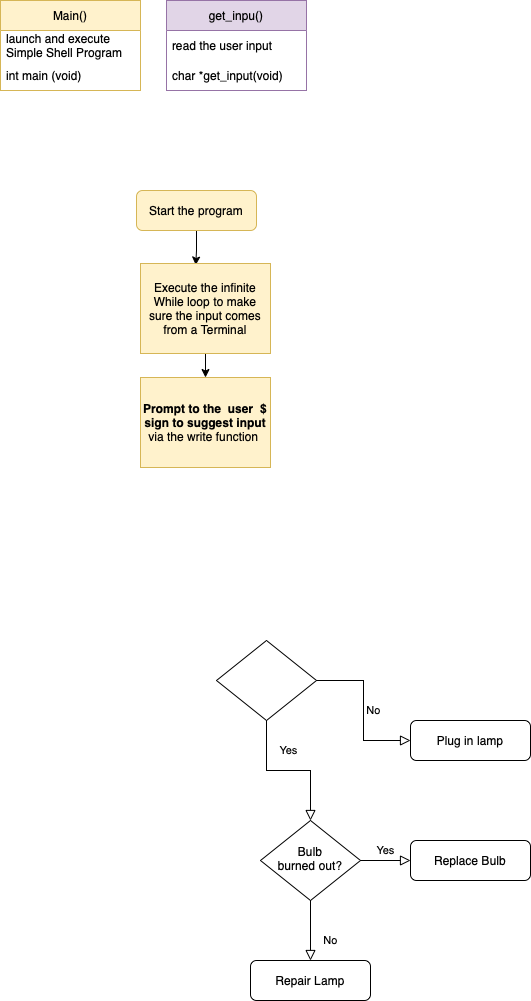
Earlier version of the draw.io export Simple_shell.drawio.png (RainInApril/holbertonschool-simple_shell). Source tidied: cells renumbered, new cells last; positions are measured from the earlier drawing's top-left corner, leaving out a move shared by most shapes. The source it was exported from:
```xml
<mxGraphModel>
  <root>
    <mxCell id="0" />
    <mxCell id="1" parent="0" />
    <mxCell id="2" style="edgeStyle=orthogonalEdgeStyle;rounded=0;jettySize=auto;html=1;entryX=0.425;entryY=0.017;entryDx=0;entryDy=0;entryPerimeter=0;" parent="1" edge="1" source="3" target="17">
      <mxGeometry relative="1" as="geometry" />
    </mxCell>
    <mxCell id="3" value="Start the program" style="rounded=1;whiteSpace=wrap;html=1;fontSize=12;glass=0;strokeWidth=1;shadow=0;fillColor=#fff2cc;strokeColor=#d6b656;" parent="1" vertex="1">
      <mxGeometry x="136" y="190" width="120" height="40" as="geometry" />
    </mxCell>
    <mxCell id="4" value="Yes" style="rounded=0;html=1;jettySize=auto;fontSize=11;endArrow=block;endFill=0;endSize=8;strokeWidth=1;shadow=0;labelBackgroundColor=none;edgeStyle=orthogonalEdgeStyle;" parent="1" edge="1" source="6" target="10">
      <mxGeometry y="20" relative="1" as="geometry" />
    </mxCell>
    <mxCell id="5" value="No" style="edgeStyle=orthogonalEdgeStyle;rounded=0;html=1;jettySize=auto;fontSize=11;endArrow=block;endFill=0;endSize=8;strokeWidth=1;shadow=0;labelBackgroundColor=none;" parent="1" edge="1" source="6" target="7">
      <mxGeometry y="10" relative="1" as="geometry" />
    </mxCell>
    <mxCell id="6" style="rhombus;whiteSpace=wrap;html=1;shadow=0;fontFamily=Helvetica;fontSize=12;align=center;strokeWidth=1;spacing=6;spacingTop=-4;" parent="1" vertex="1">
      <mxGeometry x="216" y="640" width="100" height="80" as="geometry" />
    </mxCell>
    <mxCell id="7" value="Plug in lamp" style="rounded=1;whiteSpace=wrap;html=1;fontSize=12;glass=0;strokeWidth=1;shadow=0;" parent="1" vertex="1">
      <mxGeometry x="410" y="720" width="120" height="40" as="geometry" />
    </mxCell>
    <mxCell id="8" value="No" style="rounded=0;html=1;jettySize=auto;fontSize=11;endArrow=block;endFill=0;endSize=8;strokeWidth=1;shadow=0;labelBackgroundColor=none;edgeStyle=orthogonalEdgeStyle;" parent="1" edge="1" source="10" target="11">
      <mxGeometry x="0.33" y="20" relative="1" as="geometry" />
    </mxCell>
    <mxCell id="9" value="Yes" style="edgeStyle=orthogonalEdgeStyle;rounded=0;html=1;jettySize=auto;fontSize=11;endArrow=block;endFill=0;endSize=8;strokeWidth=1;shadow=0;labelBackgroundColor=none;" parent="1" edge="1" source="10" target="12">
      <mxGeometry y="10" relative="1" as="geometry" />
    </mxCell>
    <mxCell id="10" value="Bulb&lt;br&gt;burned out?" style="rhombus;whiteSpace=wrap;html=1;shadow=0;fontFamily=Helvetica;fontSize=12;align=center;strokeWidth=1;spacing=6;spacingTop=-4;" parent="1" vertex="1">
      <mxGeometry x="260" y="820" width="100" height="80" as="geometry" />
    </mxCell>
    <mxCell id="11" value="Repair Lamp" style="rounded=1;whiteSpace=wrap;html=1;fontSize=12;glass=0;strokeWidth=1;shadow=0;" parent="1" vertex="1">
      <mxGeometry x="250" y="960" width="120" height="40" as="geometry" />
    </mxCell>
    <mxCell id="12" value="Replace Bulb" style="rounded=1;whiteSpace=wrap;html=1;fontSize=12;glass=0;strokeWidth=1;shadow=0;" parent="1" vertex="1">
      <mxGeometry x="410" y="840" width="120" height="40" as="geometry" />
    </mxCell>
    <mxCell id="13" value="Main()" style="swimlane;fontStyle=0;horizontal=1;startSize=30;fillColor=#fff2cc;strokeColor=#d6b656;" parent="1" vertex="1">
      <mxGeometry width="140" height="90" as="geometry" />
    </mxCell>
    <mxCell id="14" value="launch and execute &#10;Simple Shell Program" style="text;strokeColor=none;fillColor=none;align=left;verticalAlign=middle;spacingLeft=4;spacingRight=4;overflow=hidden;" parent="13" vertex="1">
      <mxGeometry y="30" width="140" height="30" as="geometry" />
    </mxCell>
    <mxCell id="15" value="int main (void)" style="text;strokeColor=none;fillColor=none;align=left;verticalAlign=middle;spacingLeft=4;spacingRight=4;overflow=hidden;" parent="13" vertex="1">
      <mxGeometry y="60" width="140" height="30" as="geometry" />
    </mxCell>
    <mxCell id="16" style="edgeStyle=orthogonalEdgeStyle;rounded=0;jettySize=auto;html=1;entryX=0.5;entryY=0;entryDx=0;entryDy=0;" parent="1" edge="1" source="17" target="18">
      <mxGeometry relative="1" as="geometry" />
    </mxCell>
    <mxCell id="17" value="Execute the infinite While loop to make sure the input comes from a Terminal" style="rounded=0;whiteSpace=wrap;html=1;fillColor=#fff2cc;strokeColor=#d6b656;" parent="1" vertex="1">
      <mxGeometry x="140" y="263" width="130" height="90" as="geometry" />
    </mxCell>
    <mxCell id="18" value="&lt;b&gt;Prompt to the &amp;nbsp;user &amp;nbsp;$ sign to suggest input&lt;/b&gt;&lt;br&gt;via the write function&amp;nbsp;" style="rounded=0;whiteSpace=wrap;html=1;fillColor=#fff2cc;strokeColor=#d6b656;" parent="1" vertex="1">
      <mxGeometry x="140" y="377" width="130" height="90" as="geometry" />
    </mxCell>
    <mxCell id="19" value="get_inpu()" style="swimlane;fontStyle=0;horizontal=1;startSize=30;fillColor=#e1d5e7;strokeColor=#9673a6;" parent="1" vertex="1">
      <mxGeometry x="166" width="140" height="90" as="geometry" />
    </mxCell>
    <mxCell id="20" value="read the user input" style="text;strokeColor=none;fillColor=none;align=left;verticalAlign=middle;spacingLeft=4;spacingRight=4;overflow=hidden;" parent="19" vertex="1">
      <mxGeometry y="30" width="140" height="30" as="geometry" />
    </mxCell>
    <mxCell id="21" value="char *get_input(void)" style="text;strokeColor=none;fillColor=none;align=left;verticalAlign=middle;spacingLeft=4;spacingRight=4;overflow=hidden;" parent="19" vertex="1">
      <mxGeometry y="60" width="140" height="30" as="geometry" />
    </mxCell>
  </root>
</mxGraphModel>
```
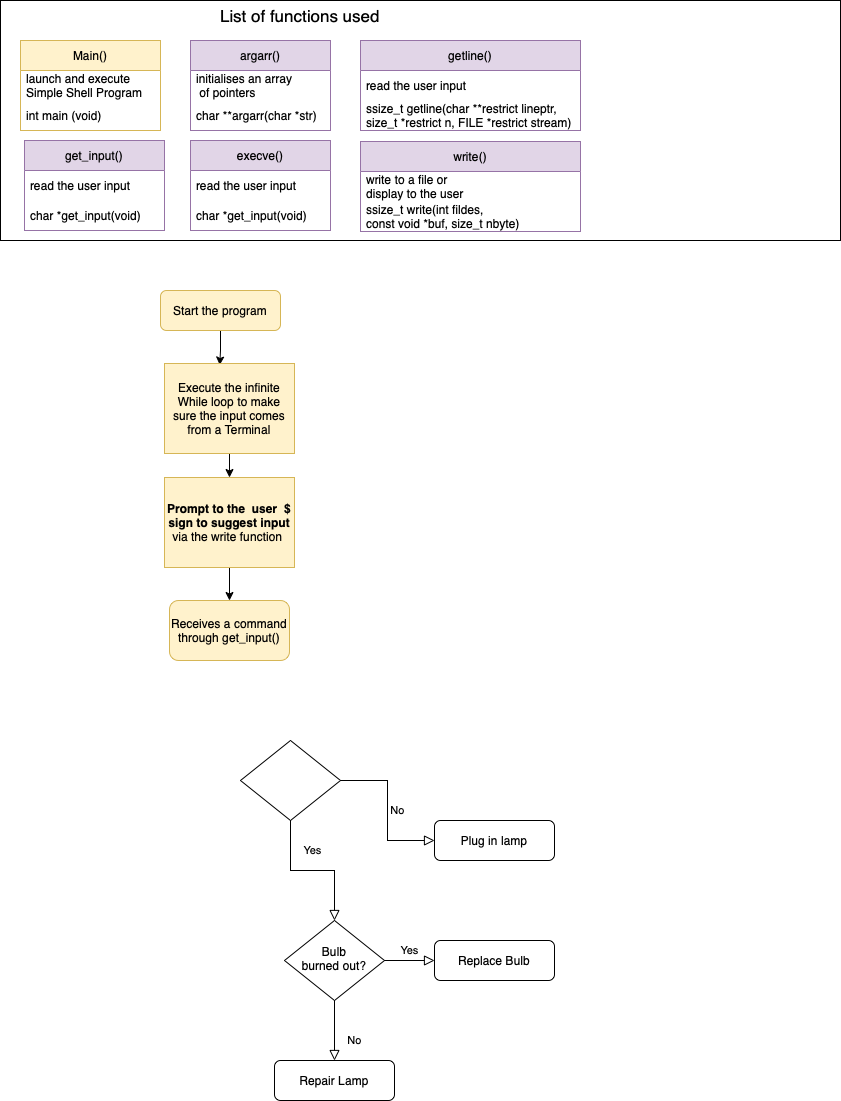
The same file after the commit.

What changed in the source:
```diff
@@ -2,6 +2,9 @@
   <root>
     <mxCell id="0" />
     <mxCell id="1" parent="0" />
+    <mxCell id="22" style="rounded=0;whiteSpace=wrap;html=1;fontSize=17;fillColor=none;" parent="1" vertex="1">
+      <mxGeometry x="-24" y="-100" width="840" height="240" as="geometry" />
+    </mxCell>
     <mxCell id="2" style="edgeStyle=orthogonalEdgeStyle;rounded=0;jettySize=auto;html=1;entryX=0.425;entryY=0.017;entryDx=0;entryDy=0;entryPerimeter=0;" parent="1" edge="1" source="3" target="17">
       <mxGeometry relative="1" as="geometry" />
     </mxCell>
@@ -36,7 +39,7 @@
       <mxGeometry x="410" y="840" width="120" height="40" as="geometry" />
     </mxCell>
     <mxCell id="13" value="Main()" style="swimlane;fontStyle=0;horizontal=1;startSize=30;fillColor=#fff2cc;strokeColor=#d6b656;" parent="1" vertex="1">
-      <mxGeometry width="140" height="90" as="geometry" />
+      <mxGeometry x="-4" y="-60" width="140" height="90" as="geometry" />
     </mxCell>
     <mxCell id="14" value="launch and execute &#10;Simple Shell Program" style="text;strokeColor=none;fillColor=none;align=left;verticalAlign=middle;spacingLeft=4;spacingRight=4;overflow=hidden;" parent="13" vertex="1">
       <mxGeometry y="30" width="140" height="30" as="geometry" />
@@ -50,11 +53,14 @@
     <mxCell id="17" value="Execute the infinite While loop to make sure the input comes from a Terminal" style="rounded=0;whiteSpace=wrap;html=1;fillColor=#fff2cc;strokeColor=#d6b656;" parent="1" vertex="1">
       <mxGeometry x="140" y="263" width="130" height="90" as="geometry" />
     </mxCell>
+    <mxCell id="23" style="edgeStyle=orthogonalEdgeStyle;rounded=0;jettySize=auto;html=1;entryX=0.5;entryY=0;entryDx=0;entryDy=0;fontSize=12;" parent="1" edge="1" source="18" target="25">
+      <mxGeometry relative="1" as="geometry" />
+    </mxCell>
     <mxCell id="18" value="&lt;b&gt;Prompt to the &amp;nbsp;user &amp;nbsp;$ sign to suggest input&lt;/b&gt;&lt;br&gt;via the write function&amp;nbsp;" style="rounded=0;whiteSpace=wrap;html=1;fillColor=#fff2cc;strokeColor=#d6b656;" parent="1" vertex="1">
       <mxGeometry x="140" y="377" width="130" height="90" as="geometry" />
     </mxCell>
-    <mxCell id="19" value="get_inpu()" style="swimlane;fontStyle=0;horizontal=1;startSize=30;fillColor=#e1d5e7;strokeColor=#9673a6;" parent="1" vertex="1">
-      <mxGeometry x="166" width="140" height="90" as="geometry" />
+    <mxCell id="19" value="get_input()" style="swimlane;fontStyle=0;horizontal=1;startSize=30;fillColor=#e1d5e7;strokeColor=#9673a6;" parent="1" vertex="1">
+      <mxGeometry y="40" width="140" height="90" as="geometry" />
     </mxCell>
     <mxCell id="20" value="read the user input" style="text;strokeColor=none;fillColor=none;align=left;verticalAlign=middle;spacingLeft=4;spacingRight=4;overflow=hidden;" parent="19" vertex="1">
       <mxGeometry y="30" width="140" height="30" as="geometry" />
@@ -62,5 +68,47 @@
     <mxCell id="21" value="char *get_input(void)" style="text;strokeColor=none;fillColor=none;align=left;verticalAlign=middle;spacingLeft=4;spacingRight=4;overflow=hidden;" parent="19" vertex="1">
       <mxGeometry y="60" width="140" height="30" as="geometry" />
     </mxCell>
+    <mxCell id="24" value="List of functions used" style="text;html=1;strokeColor=none;fillColor=none;align=center;verticalAlign=middle;whiteSpace=wrap;rounded=0;fontSize=17;" parent="1" vertex="1">
+      <mxGeometry x="126" y="-100" width="300" height="30" as="geometry" />
+    </mxCell>
+    <mxCell id="25" value="Receives a command through get_input()" style="rounded=1;whiteSpace=wrap;html=1;fontSize=12;fillColor=#fff2cc;strokeColor=#d6b656;" parent="1" vertex="1">
+      <mxGeometry x="145" y="500" width="120" height="60" as="geometry" />
+    </mxCell>
+    <mxCell id="26" value="argarr()" style="swimlane;fontStyle=0;horizontal=1;startSize=30;fillColor=#e1d5e7;strokeColor=#9673a6;" parent="1" vertex="1">
+      <mxGeometry x="166" y="-60" width="140" height="90" as="geometry" />
+    </mxCell>
+    <mxCell id="27" value="initialises an array&#10; of pointers" style="text;strokeColor=none;fillColor=none;align=left;verticalAlign=middle;spacingLeft=4;spacingRight=4;overflow=hidden;" parent="26" vertex="1">
+      <mxGeometry y="30" width="140" height="30" as="geometry" />
+    </mxCell>
+    <mxCell id="28" value="char **argarr(char *str)" style="text;strokeColor=none;fillColor=none;align=left;verticalAlign=middle;spacingLeft=4;spacingRight=4;overflow=hidden;" parent="26" vertex="1">
+      <mxGeometry y="60" width="140" height="30" as="geometry" />
+    </mxCell>
+    <mxCell id="29" value="execve()" style="swimlane;fontStyle=0;horizontal=1;startSize=30;fillColor=#e1d5e7;strokeColor=#9673a6;" parent="1" vertex="1">
+      <mxGeometry x="166" y="40" width="140" height="90" as="geometry" />
+    </mxCell>
+    <mxCell id="30" value="read the user input" style="text;strokeColor=none;fillColor=none;align=left;verticalAlign=middle;spacingLeft=4;spacingRight=4;overflow=hidden;" parent="29" vertex="1">
+      <mxGeometry y="30" width="140" height="30" as="geometry" />
+    </mxCell>
+    <mxCell id="31" value="char *get_input(void)" style="text;strokeColor=none;fillColor=none;align=left;verticalAlign=middle;spacingLeft=4;spacingRight=4;overflow=hidden;" parent="29" vertex="1">
+      <mxGeometry y="60" width="140" height="30" as="geometry" />
+    </mxCell>
+    <mxCell id="32" value="getline()" style="swimlane;fontStyle=0;horizontal=1;startSize=30;fillColor=#e1d5e7;strokeColor=#9673a6;" parent="1" vertex="1">
+      <mxGeometry x="336" y="-60" width="220" height="90" as="geometry" />
+    </mxCell>
+    <mxCell id="33" value="read the user input" style="text;strokeColor=none;fillColor=none;align=left;verticalAlign=middle;spacingLeft=4;spacingRight=4;overflow=hidden;" parent="32" vertex="1">
+      <mxGeometry y="30" width="220" height="30" as="geometry" />
+    </mxCell>
+    <mxCell id="34" value="ssize_t getline(char **restrict lineptr, &#10;size_t *restrict n, FILE *restrict stream)" style="text;strokeColor=none;fillColor=none;align=left;verticalAlign=middle;spacingLeft=4;spacingRight=4;overflow=hidden;fontFamily=Helvetica;" parent="32" vertex="1">
+      <mxGeometry y="60" width="220" height="30" as="geometry" />
+    </mxCell>
+    <mxCell id="35" value="write()" style="swimlane;fontStyle=0;horizontal=1;startSize=30;fillColor=#e1d5e7;strokeColor=#9673a6;" parent="1" vertex="1">
+      <mxGeometry x="336" y="41" width="220" height="90" as="geometry" />
+    </mxCell>
+    <mxCell id="36" value="write to a file or&#10;display to the user" style="text;strokeColor=none;fillColor=none;align=left;verticalAlign=middle;spacingLeft=4;spacingRight=4;overflow=hidden;" parent="35" vertex="1">
+      <mxGeometry y="30" width="220" height="30" as="geometry" />
+    </mxCell>
+    <mxCell id="37" value="ssize_t write(int fildes, &#10;const void *buf, size_t nbyte)" style="text;strokeColor=none;fillColor=none;align=left;verticalAlign=middle;spacingLeft=4;spacingRight=4;overflow=hidden;fontFamily=Helvetica;fontSize=12;" parent="35" vertex="1">
+      <mxGeometry y="60" width="220" height="30" as="geometry" />
+    </mxCell>
   </root>
 </mxGraphModel>
```
